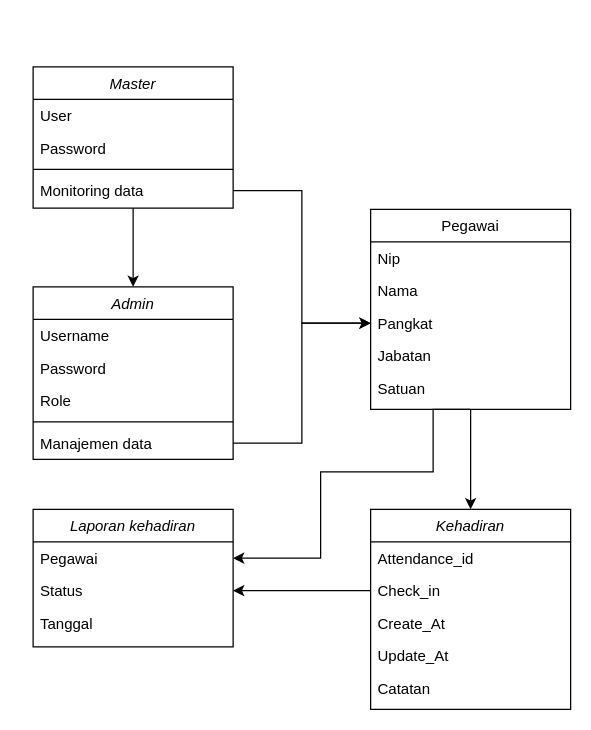
Before: classDiagram.drawio in dzikfr/aplikasi-absensi-baharkam-2024, a draw.io diagram. Source tidied: cells renumbered, new cells numbered last; positions are measured from the earlier drawing's top-left corner, leaving out a move shared by most shapes. Both pictures are drawn from the tidied source at 125%, with x=0, y=0 at pixel (32, 66).
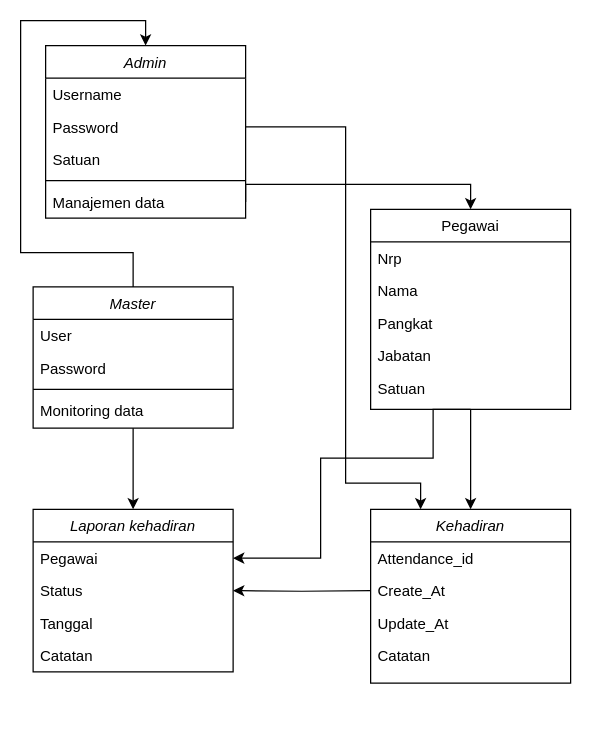
After the change.

Unchanged cells that the change refers to:
```xml
<mxCell id="7" value="Monitoring data" style="text;align=left;verticalAlign=top;spacingLeft=4;spacingRight=4;overflow=hidden;points=[[0,0.5],[1,0.5]];portConstraint=eastwest;" parent="3" vertex="1">
  <mxGeometry y="86" width="160" height="26" as="geometry" />
</mxCell>
<mxCell id="9" value="Pegawai" style="text;align=left;verticalAlign=top;spacingLeft=4;spacingRight=4;overflow=hidden;points=[[0,0.5],[1,0.5]];portConstraint=eastwest;" parent="8" vertex="1">
  <mxGeometry y="26" width="160" height="26" as="geometry" />
</mxCell>
<mxCell id="10" value="Status" style="text;align=left;verticalAlign=top;spacingLeft=4;spacingRight=4;overflow=hidden;points=[[0,0.5],[1,0.5]];portConstraint=eastwest;rounded=0;shadow=0;html=0;" parent="8" vertex="1">
  <mxGeometry y="52" width="160" height="26" as="geometry" />
</mxCell>
<mxCell id="14" value="Pegawai" style="swimlane;fontStyle=0;align=center;verticalAlign=top;horizontal=1;startSize=26;rounded=0;shadow=0;strokeWidth=1;" parent="1" vertex="1">
  <mxGeometry x="270" y="114" width="160" height="160" as="geometry" />
</mxCell>
<mxCell id="17" value="Pangkat" style="text;align=left;verticalAlign=top;spacingLeft=4;spacingRight=4;overflow=hidden;points=[[0,0.5],[1,0.5]];portConstraint=eastwest;rounded=0;shadow=0;html=0;" parent="14" vertex="1">
  <mxGeometry y="78" width="160" height="26" as="geometry" />
</mxCell>
<mxCell id="22" value="Password" style="text;align=left;verticalAlign=top;spacingLeft=4;spacingRight=4;overflow=hidden;points=[[0,0.5],[1,0.5]];portConstraint=eastwest;rounded=0;shadow=0;html=0;" parent="20" vertex="1">
  <mxGeometry y="52" width="160" height="26" as="geometry" />
</mxCell>
<mxCell id="25" value="Manajemen data" style="text;align=left;verticalAlign=top;spacingLeft=4;spacingRight=4;overflow=hidden;points=[[0,0.5],[1,0.5]];portConstraint=eastwest;" parent="20" vertex="1">
  <mxGeometry y="112" width="160" height="26" as="geometry" />
</mxCell>
```

The edit, as a diff of the source:
```diff
@@
+    <mxCell id="35" style="edgeStyle=orthogonalEdgeStyle;rounded=0;jettySize=auto;html=1;exitX=0.5;exitY=1;exitDx=0;exitDy=0;entryX=0.5;entryY=0;entryDx=0;entryDy=0;" parent="1" edge="1" source="3" target="8">
+      <mxGeometry relative="1" as="geometry" />
+    </mxCell>
-    <mxCell id="2" style="edgeStyle=orthogonalEdgeStyle;rounded=0;jettySize=auto;html=1;exitX=0.5;exitY=1;exitDx=0;exitDy=0;entryX=0.5;entryY=0;entryDx=0;entryDy=0;" parent="1" edge="1" source="3" target="20">
+    <mxCell id="2" style="edgeStyle=orthogonalEdgeStyle;rounded=0;jettySize=auto;html=1;exitX=0.5;exitY=0;exitDx=0;exitDy=0;entryX=0.5;entryY=0;entryDx=0;entryDy=0;" parent="1" edge="1" source="3" target="20">
       <mxGeometry relative="1" as="geometry" />
     </mxCell>
     <mxCell id="3" value="Master" style="swimlane;fontStyle=2;align=center;verticalAlign=top;horizontal=1;startSize=26;rounded=0;shadow=0;strokeWidth=1;" parent="1" vertex="1">
-      <mxGeometry width="160" height="113" as="geometry" />
+      <mxGeometry y="176" width="160" height="113" as="geometry" />
     </mxCell>
@@
     <mxCell id="8" value="Laporan kehadiran" style="swimlane;fontStyle=2;align=center;verticalAlign=top;horizontal=1;startSize=26;rounded=0;shadow=0;strokeWidth=1;" parent="1" vertex="1">
-      <mxGeometry y="354" width="160" height="110" as="geometry" />
+      <mxGeometry y="354" width="160" height="130" as="geometry" />
     </mxCell>
@@
+    <mxCell id="36" value="Catatan" style="text;align=left;verticalAlign=top;spacingLeft=4;spacingRight=4;overflow=hidden;" parent="8" vertex="1">
+      <mxGeometry y="104" width="160" height="26" as="geometry" />
+    </mxCell>
     <mxCell id="12" style="edgeStyle=orthogonalEdgeStyle;rounded=0;jettySize=auto;html=1;exitX=0.5;exitY=1;exitDx=0;exitDy=0;" parent="1" edge="1" source="14" target="9">
       <mxGeometry relative="1" as="geometry">
         <Array as="points">
           <mxPoint x="320" y="274" />
-          <mxPoint x="320" y="324" />
-          <mxPoint x="230" y="324" />
+          <mxPoint x="320" y="313" />
+          <mxPoint x="230" y="313" />
           <mxPoint x="230" y="393" />
         </Array>
       </mxGeometry>
     </mxCell>
@@
-    <mxCell id="15" value="Nip" style="text;align=left;verticalAlign=top;spacingLeft=4;spacingRight=4;overflow=hidden;" parent="14" vertex="1">
+    <mxCell id="15" value="Nrp" style="text;align=left;verticalAlign=top;spacingLeft=4;spacingRight=4;overflow=hidden;" parent="14" vertex="1">
       <mxGeometry y="26" width="160" height="26" as="geometry" />
     </mxCell>
@@
     <mxCell id="20" value="Admin" style="swimlane;fontStyle=2;align=center;verticalAlign=top;horizontal=1;startSize=26;rounded=0;shadow=0;strokeWidth=1;" parent="1" vertex="1">
-      <mxGeometry y="176" width="160" height="138" as="geometry" />
+      <mxGeometry x="10" y="-17" width="160" height="138" as="geometry" />
     </mxCell>
@@
-    <mxCell id="23" value="Role" style="text;align=left;verticalAlign=top;spacingLeft=4;spacingRight=4;overflow=hidden;rounded=0;shadow=0;html=0;" parent="20" vertex="1">
+    <mxCell id="23" value="Satuan" style="text;align=left;verticalAlign=top;spacingLeft=4;spacingRight=4;overflow=hidden;rounded=0;shadow=0;html=0;" parent="20" vertex="1">
       <mxGeometry y="78" width="160" height="26" as="geometry" />
     </mxCell>
@@
     <mxCell id="26" value="Kehadiran" style="swimlane;fontStyle=2;align=center;verticalAlign=top;horizontal=1;startSize=26;rounded=0;shadow=0;strokeWidth=1;" parent="1" vertex="1">
-      <mxGeometry x="270" y="354" width="160" height="160" as="geometry" />
+      <mxGeometry x="270" y="354" width="160" height="139" as="geometry" />
     </mxCell>
@@
-    <mxCell id="28" value="Check_in" style="text;align=left;verticalAlign=top;spacingLeft=4;spacingRight=4;overflow=hidden;points=[[0,0.5],[1,0.5]];portConstraint=eastwest;rounded=0;shadow=0;html=0;" parent="26" vertex="1">
-      <mxGeometry y="52" width="160" height="26" as="geometry" />
-    </mxCell>
     <mxCell id="29" value="Create_At" style="text;align=left;verticalAlign=top;spacingLeft=4;spacingRight=4;overflow=hidden;" parent="26" vertex="1">
-      <mxGeometry y="78" width="160" height="26" as="geometry" />
+      <mxGeometry y="52" width="160" height="26" as="geometry" />
     </mxCell>
     <mxCell id="30" value="Update_At" style="text;align=left;verticalAlign=top;spacingLeft=4;spacingRight=4;overflow=hidden;" parent="26" vertex="1">
-      <mxGeometry y="104" width="160" height="26" as="geometry" />
+      <mxGeometry y="78" width="160" height="26" as="geometry" />
     </mxCell>
     <mxCell id="31" value="Catatan" style="text;align=left;verticalAlign=top;spacingLeft=4;spacingRight=4;overflow=hidden;" parent="26" vertex="1">
-      <mxGeometry y="130" width="160" height="26" as="geometry" />
+      <mxGeometry y="104" width="160" height="26" as="geometry" />
     </mxCell>
-    <mxCell id="32" style="edgeStyle=orthogonalEdgeStyle;rounded=0;jettySize=auto;html=1;exitX=0;exitY=0.5;exitDx=0;exitDy=0;" parent="1" edge="1" source="28" target="10">
-      <mxGeometry relative="1" as="geometry" />
+    <mxCell id="32" style="edgeStyle=orthogonalEdgeStyle;rounded=0;jettySize=auto;html=1;exitX=0;exitY=0.5;exitDx=0;exitDy=0;" parent="1" edge="1" target="10">
+      <mxGeometry relative="1" as="geometry">
+        <mxPoint x="270" y="419" as="sourcePoint" />
+      </mxGeometry>
     </mxCell>
-    <mxCell id="33" style="edgeStyle=orthogonalEdgeStyle;rounded=0;jettySize=auto;html=1;exitX=1;exitY=0.5;exitDx=0;exitDy=0;entryX=0;entryY=0.5;entryDx=0;entryDy=0;" parent="1" edge="1" source="25" target="17">
-      <mxGeometry relative="1" as="geometry" />
-    </mxCell>
-    <mxCell id="34" style="edgeStyle=orthogonalEdgeStyle;rounded=0;jettySize=auto;html=1;exitX=1;exitY=0.5;exitDx=0;exitDy=0;entryX=0;entryY=0.5;entryDx=0;entryDy=0;" parent="1" edge="1" source="7" target="17">
-      <mxGeometry relative="1" as="geometry" />
-    </mxCell>
+    <mxCell id="37" style="edgeStyle=orthogonalEdgeStyle;rounded=0;jettySize=auto;html=1;exitX=1;exitY=0.5;exitDx=0;exitDy=0;entryX=0.25;entryY=0;entryDx=0;entryDy=0;" parent="1" edge="1" source="22" target="26">
+      <mxGeometry relative="1" as="geometry">
+        <Array as="points">
+          <mxPoint x="250" y="48" />
+          <mxPoint x="250" y="333" />
+          <mxPoint x="310" y="333" />
+        </Array>
+      </mxGeometry>
+    </mxCell>
+    <mxCell id="38" style="edgeStyle=orthogonalEdgeStyle;rounded=0;jettySize=auto;html=1;exitX=1;exitY=0.5;exitDx=0;exitDy=0;entryX=0.5;entryY=0;entryDx=0;entryDy=0;" parent="1" edge="1" source="25" target="14">
+      <mxGeometry relative="1" as="geometry">
+        <Array as="points">
+          <mxPoint x="170" y="94" />
+          <mxPoint x="350" y="94" />
+        </Array>
+      </mxGeometry>
+    </mxCell>
```
